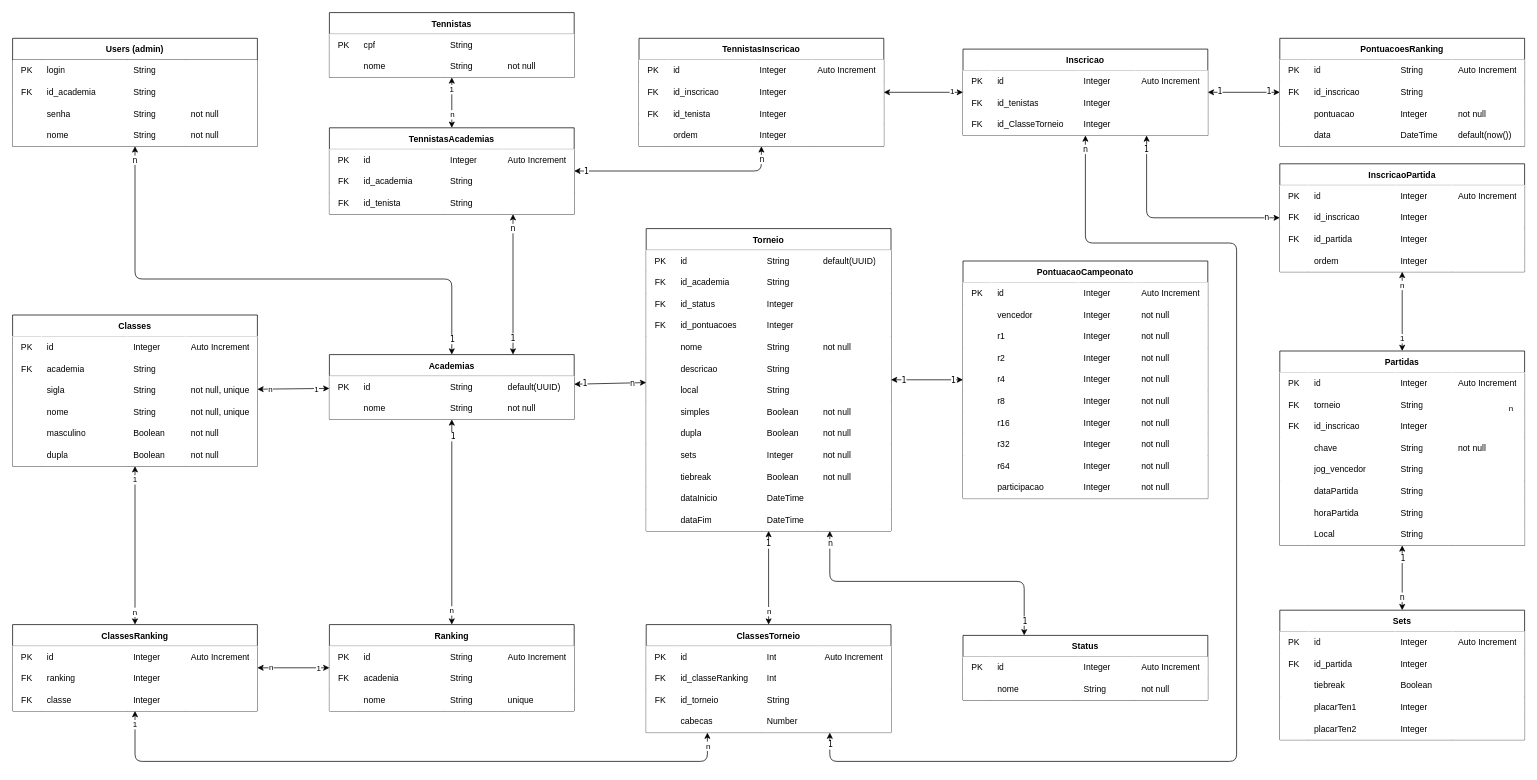
The draw.io diagram prisma/schema2.0.drawio in Vanakaus/projetoRaquete_server, before the edit. Source tidied: cells renumbered, new cells numbered last; positions are measured from the earlier drawing's top-left corner, leaving out a move shared by most shapes. Both pictures are drawn from the tidied source at 72%, with x=0, y=0 at pixel (12, 12).
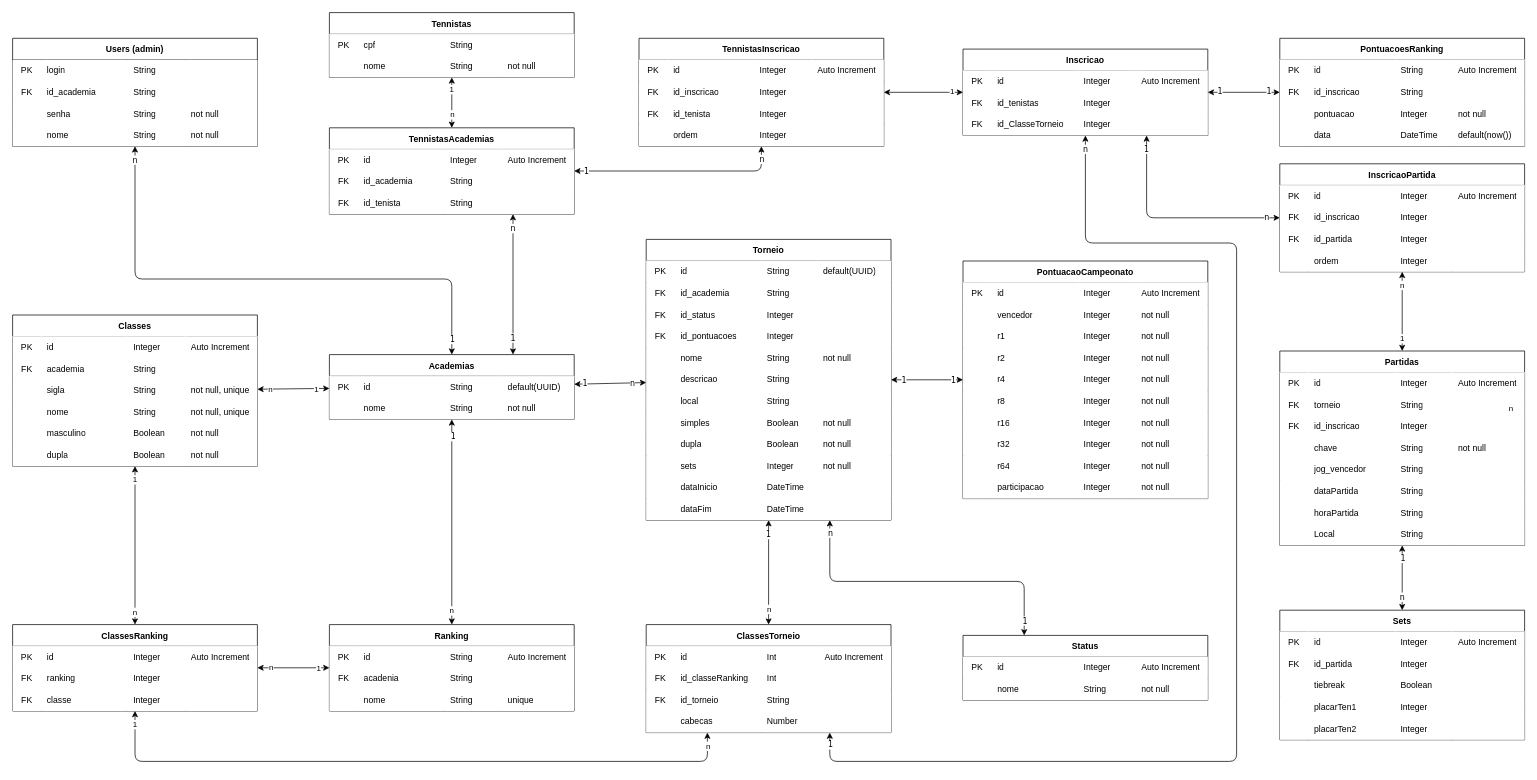
After the change.

Commit message (it also covers changes not shown here):
Removendo tiebreak

The edit, as a diff of the source:
```diff
@@
     <mxCell id="137" value="Torneio" style="shape=table;startSize=30;childLayout=tableLayout;rowLines=0;fontStyle=1;gradientColor=none;fillColor=default;columnLines=0;strokeColor=default;" parent="1" vertex="1">
-      <mxGeometry x="880" y="300" width="340" height="420" as="geometry" />
+      <mxGeometry x="880" y="315" width="340" height="390" as="geometry" />
     </mxCell>
@@
-    <mxCell id="188" style="shape=tableRow;horizontal=0;startSize=0;swimlaneHead=0;swimlaneBody=0;top=0;left=0;bottom=0;right=0;fillColor=none;" parent="137" vertex="1">
-      <mxGeometry y="330" width="340" height="30" as="geometry" />
-    </mxCell>
-    <mxCell id="189" style="shape=partialRectangle;html=1;whiteSpace=wrap;fillColor=default;top=0;left=0;bottom=0;right=0;overflow=hidden;strokeColor=#FFFFFF;" parent="188" vertex="1">
-      <mxGeometry width="40" height="30" as="geometry" />
-    </mxCell>
-    <mxCell id="190" value="tiebreak" style="shape=partialRectangle;html=1;whiteSpace=wrap;fillColor=default;top=0;left=0;bottom=0;right=0;align=left;spacingLeft=6;overflow=hidden;strokeColor=#FFFFFF;" parent="188" vertex="1">
-      <mxGeometry x="40" width="120" height="30" as="geometry" />
-    </mxCell>
-    <mxCell id="191" value="Boolean" style="shape=partialRectangle;html=1;whiteSpace=wrap;fillColor=default;top=0;left=0;bottom=0;right=0;align=left;spacingLeft=6;overflow=hidden;strokeColor=#FFFFFF;" parent="188" vertex="1">
-      <mxGeometry x="160" width="78" height="30" as="geometry" />
-    </mxCell>
-    <mxCell id="192" value="not null" style="shape=partialRectangle;html=1;whiteSpace=wrap;fillColor=default;top=0;left=0;bottom=0;right=0;align=left;spacingLeft=6;overflow=hidden;strokeColor=#FFFFFF;" parent="188" vertex="1">
-      <mxGeometry x="238" width="102" height="30" as="geometry" />
-    </mxCell>
     <mxCell id="193" style="shape=tableRow;horizontal=0;startSize=0;swimlaneHead=0;swimlaneBody=0;top=0;left=0;bottom=0;right=0;fillColor=none;" parent="137" vertex="1">
-      <mxGeometry y="360" width="340" height="30" as="geometry" />
+      <mxGeometry y="330" width="340" height="30" as="geometry" />
     </mxCell>
@@
     <mxCell id="198" style="shape=tableRow;horizontal=0;startSize=0;swimlaneHead=0;swimlaneBody=0;top=0;left=0;bottom=0;right=0;fillColor=none;" parent="137" vertex="1">
-      <mxGeometry y="390" width="340" height="30" as="geometry" />
+      <mxGeometry y="360" width="340" height="30" as="geometry" />
     </mxCell>
```
